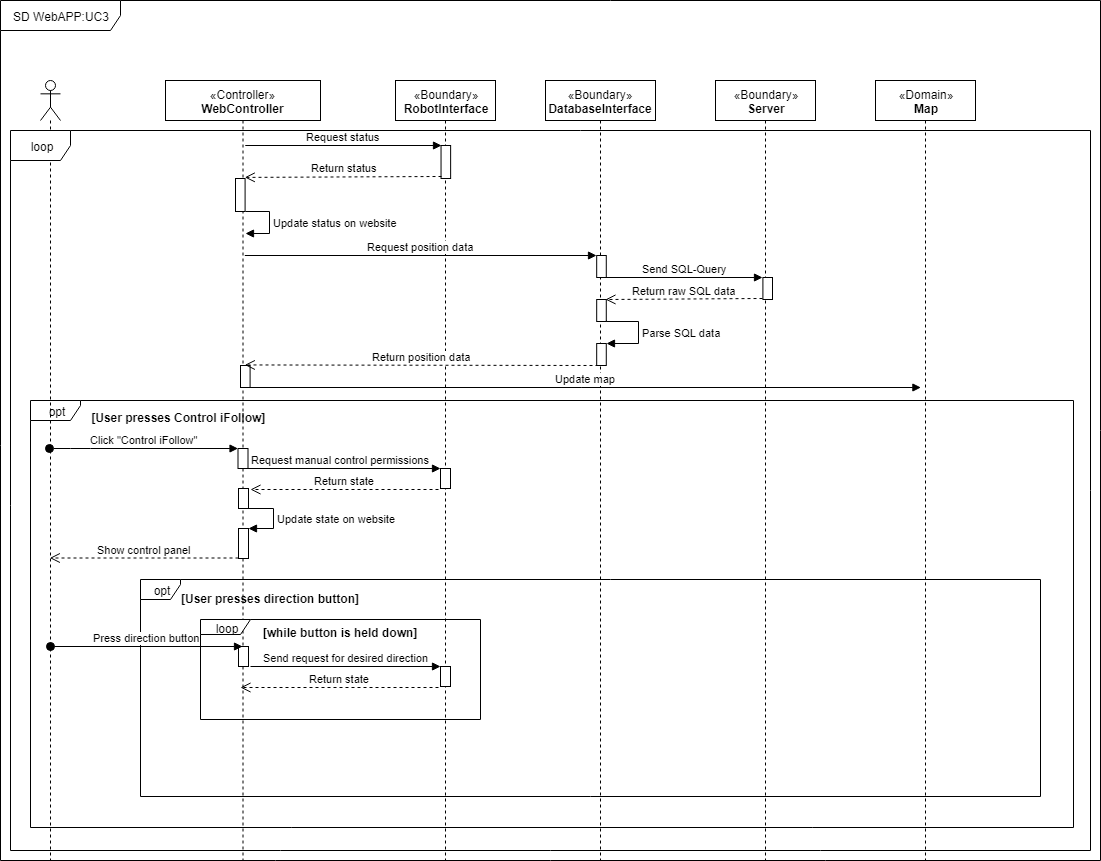
MkLJensen/iFollow keeps this draw.io diagram as Arkitektur/System Sekvens Diagrammer/WebAPP_SD_UC3.png. Above is the earlier version. Source tidied: cells renumbered, new cells last; positions are measured from the earlier drawing's top-left corner, leaving out a move shared by most shapes.
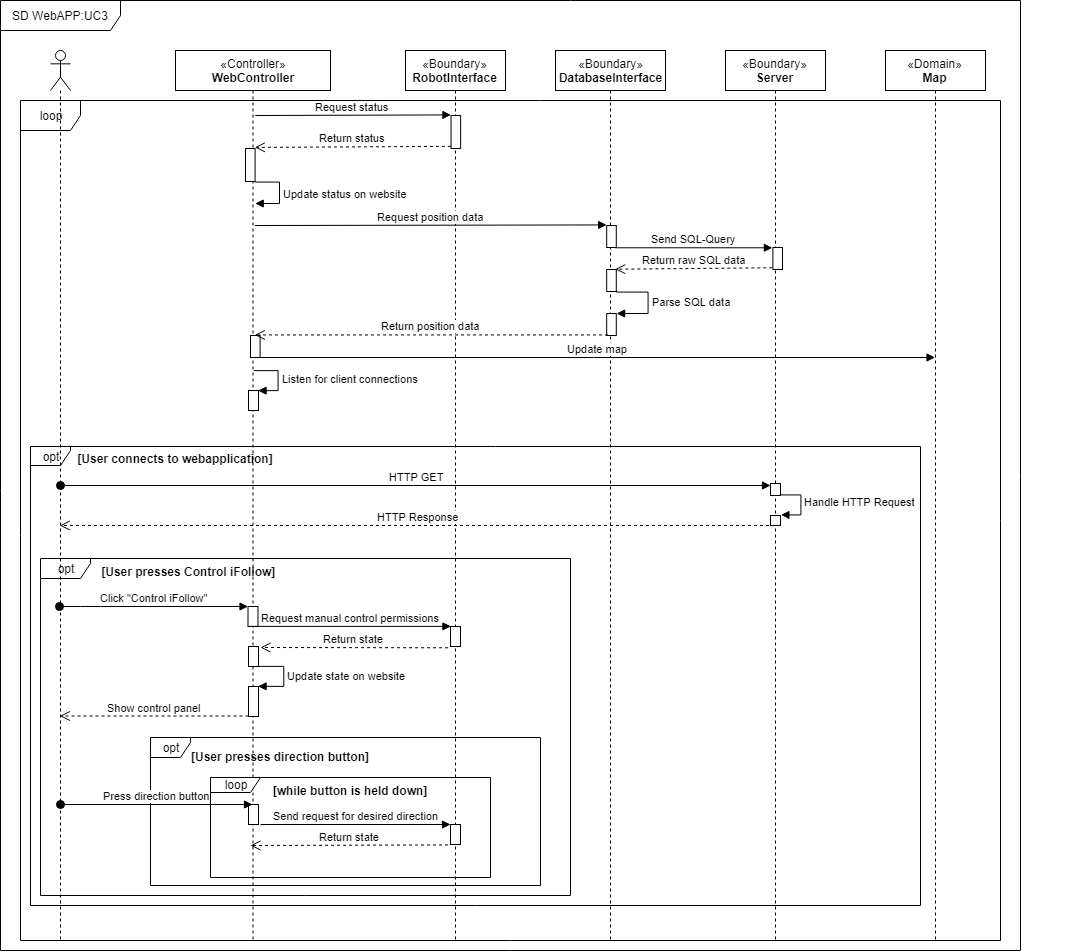
Above is the later version.

Change to the diagram source:
```diff
@@ -3,31 +3,37 @@
     <mxCell id="0" />
     <mxCell id="1" parent="0" />
     <mxCell id="2" value="SD WebAPP:UC3" style="shape=umlFrame;whiteSpace=wrap;html=1;width=120;height=30;" parent="1" vertex="1">
-      <mxGeometry width="1100" height="860" as="geometry" />
+      <mxGeometry x="-10" y="30" width="1020" height="950" as="geometry" />
     </mxCell>
+    <mxCell id="50" value="loop" style="shape=umlFrame;whiteSpace=wrap;html=1;" parent="1" vertex="1">
+      <mxGeometry x="10" y="130" width="980" height="840" as="geometry" />
+    </mxCell>
+    <mxCell id="51" value="opt" style="shape=umlFrame;whiteSpace=wrap;html=1;width=40;height=19;" parent="1" vertex="1">
+      <mxGeometry x="20" y="476" width="890" height="459" as="geometry" />
+    </mxCell>
     <mxCell id="3" style="group;" parent="1" vertex="1">
-      <mxGeometry x="30" y="400" width="1043" height="427" as="geometry" />
+      <mxGeometry x="30" y="588" width="1043" height="337" as="geometry" />
     </mxCell>
     <mxCell id="4" value="opt" style="shape=umlFrame;whiteSpace=wrap;html=1;width=50;height=20;" parent="3" vertex="1">
-      <mxGeometry width="1043" height="427" as="geometry" />
+      <mxGeometry width="530" height="337" as="geometry" />
     </mxCell>
     <mxCell id="5" value="[User presses Control iFollow]" style="text;align=center;fontStyle=1;verticalAlign=middle;spacingLeft=3;spacingRight=3;strokeColor=none;" parent="3" vertex="1">
-      <mxGeometry x="108.7" y="5" width="79.1" height="25.8" as="geometry" />
+      <mxGeometry x="108.7" y="3.9" width="79.1" height="20.4" as="geometry" />
     </mxCell>
     <mxCell id="6" value="opt" style="shape=umlFrame;whiteSpace=wrap;html=1;width=40;height=20;" parent="1" vertex="1">
-      <mxGeometry x="140" y="579" width="900" height="217" as="geometry" />
+      <mxGeometry x="140" y="767" width="390" height="148" as="geometry" />
     </mxCell>
     <mxCell id="7" value="&lt;span&gt;«Controller»&lt;/span&gt;&lt;br&gt;&lt;b&gt;WebController&lt;/b&gt;" style="shape=umlLifeline;perimeter=lifelinePerimeter;whiteSpace=wrap;html=1;" parent="1" vertex="1">
-      <mxGeometry x="165" y="80" width="155" height="780" as="geometry" />
+      <mxGeometry x="165" y="80" width="155" height="890" as="geometry" />
     </mxCell>
     <mxCell id="8" value="[User presses direction button]" style="text;align=center;fontStyle=1;verticalAlign=middle;spacingLeft=3;spacingRight=3;strokeColor=none;" parent="7" vertex="1">
-      <mxGeometry x="65" y="506" width="80" height="26" as="geometry" />
+      <mxGeometry x="65" y="694" width="80" height="26" as="geometry" />
     </mxCell>
     <mxCell id="9" style="html=1;perimeter=orthogonalPerimeter;" parent="7" vertex="1">
-      <mxGeometry x="73" y="566" width="10" height="20" as="geometry" />
+      <mxGeometry x="73" y="754" width="10" height="20" as="geometry" />
     </mxCell>
     <mxCell id="10" style="group;" parent="7" vertex="1">
-      <mxGeometry x="72.5" y="368" width="35.5" height="110" as="geometry" />
+      <mxGeometry x="72.5" y="556" width="35.5" height="110" as="geometry" />
     </mxCell>
     <mxCell id="11" style="group;" parent="10" vertex="1">
       <mxGeometry width="35.5" height="110" as="geometry" />
@@ -50,77 +56,114 @@
     <mxCell id="15" style="html=1;perimeter=orthogonalPerimeter;" parent="11" vertex="1">
       <mxGeometry x="0.5" y="80" width="10" height="30" as="geometry" />
     </mxCell>
+    <mxCell id="52" style="html=1;points=[];perimeter=orthogonalPerimeter;" parent="7" vertex="1">
+      <mxGeometry x="73" y="340" width="10" height="20" as="geometry" />
+    </mxCell>
+    <mxCell id="53" value="Listen for client connections" style="edgeStyle=orthogonalEdgeStyle;html=1;align=left;spacingLeft=2;endArrow=block;rounded=0;entryX=1;entryY=0;" parent="7" edge="1" target="52">
+      <mxGeometry relative="1" as="geometry">
+        <mxPoint x="78" y="320" as="sourcePoint" />
+        <Array as="points">
+          <mxPoint x="103" y="320" />
+        </Array>
+      </mxGeometry>
+    </mxCell>
     <mxCell id="16" style="shape=umlLifeline;participant=umlActor;perimeter=lifelinePerimeter;whiteSpace=wrap;html=1;verticalAlign=top;spacingTop=36;labelBackgroundColor=#ffffff;" parent="1" vertex="1">
-      <mxGeometry x="40" y="80" width="20" height="780" as="geometry" />
+      <mxGeometry x="40" y="80" width="20" height="890" as="geometry" />
     </mxCell>
     <mxCell id="17" value="&lt;span&gt;«Boundary»&lt;/span&gt;&lt;br&gt;&lt;b&gt;DatabaseInterface&lt;/b&gt;" style="shape=umlLifeline;perimeter=lifelinePerimeter;whiteSpace=wrap;html=1;" parent="1" vertex="1">
-      <mxGeometry x="545" y="80" width="110" height="780" as="geometry" />
+      <mxGeometry x="545" y="80" width="110" height="890" as="geometry" />
     </mxCell>
     <mxCell id="18" value="&lt;span&gt;«Boundary»&lt;/span&gt;&lt;br&gt;&lt;b&gt;RobotInterface&lt;/b&gt;" style="shape=umlLifeline;perimeter=lifelinePerimeter;whiteSpace=wrap;html=1;" parent="1" vertex="1">
-      <mxGeometry x="395" y="80" width="100" height="780" as="geometry" />
+      <mxGeometry x="395" y="80" width="100" height="890" as="geometry" />
     </mxCell>
     <mxCell id="19" style="html=1;points=[];perimeter=orthogonalPerimeter;" parent="18" vertex="1">
-      <mxGeometry x="45" y="388" width="10" height="20" as="geometry" />
+      <mxGeometry x="45" y="576" width="10" height="20" as="geometry" />
     </mxCell>
     <mxCell id="20" style="html=1;points=[];perimeter=orthogonalPerimeter;" parent="18" vertex="1">
-      <mxGeometry x="45" y="586" width="10" height="20" as="geometry" />
+      <mxGeometry x="45" y="774" width="10" height="20" as="geometry" />
     </mxCell>
     <mxCell id="21" value="Return state" style="html=1;verticalAlign=bottom;endArrow=open;dashed=1;endSize=8;exitX=-0.2;exitY=1.05;exitDx=0;exitDy=0;exitPerimeter=0;" parent="18" edge="1" source="20">
       <mxGeometry relative="1" as="geometry">
-        <mxPoint x="-155" y="607" as="targetPoint" />
+        <mxPoint x="-155" y="795" as="targetPoint" />
       </mxGeometry>
     </mxCell>
     <mxCell id="22" value="&lt;span&gt;«Domain»&lt;/span&gt;&lt;br&gt;&lt;b&gt;Map&lt;/b&gt;" style="shape=umlLifeline;perimeter=lifelinePerimeter;whiteSpace=wrap;html=1;outlineConnect=0;" parent="1" vertex="1">
-      <mxGeometry x="875" y="80" width="100" height="780" as="geometry" />
+      <mxGeometry x="875" y="80" width="100" height="890" as="geometry" />
     </mxCell>
     <mxCell id="23" value="&lt;span&gt;«Boundary»&lt;/span&gt;&lt;br&gt;&lt;b&gt;Server&lt;/b&gt;" style="shape=umlLifeline;perimeter=lifelinePerimeter;whiteSpace=wrap;html=1;" parent="1" vertex="1">
-      <mxGeometry x="715" y="80" width="100" height="780" as="geometry" />
+      <mxGeometry x="715" y="80" width="100" height="890" as="geometry" />
     </mxCell>
+    <mxCell id="54" style="html=1;points=[];perimeter=orthogonalPerimeter;" parent="23" vertex="1">
+      <mxGeometry x="45" y="465" width="10" height="10" as="geometry" />
+    </mxCell>
+    <mxCell id="55" value="Handle HTTP Request" style="edgeStyle=orthogonalEdgeStyle;html=1;align=left;spacingLeft=2;endArrow=block;rounded=0;entryX=1;entryY=0;" parent="23" edge="1" target="54">
+      <mxGeometry relative="1" as="geometry">
+        <mxPoint x="50" y="445" as="sourcePoint" />
+        <Array as="points">
+          <mxPoint x="75" y="445" />
+        </Array>
+      </mxGeometry>
+    </mxCell>
+    <mxCell id="56" style="html=1;perimeter=orthogonalPerimeter;" parent="23" vertex="1">
+      <mxGeometry x="45" y="433" width="10" height="12" as="geometry" />
+    </mxCell>
     <mxCell id="24" value="Click &quot;Control iFollow&quot;" style="html=1;verticalAlign=bottom;startArrow=oval;endArrow=block;startSize=8;" parent="1" edge="1" target="12">
       <mxGeometry relative="1" as="geometry">
-        <mxPoint x="49.3" y="448" as="sourcePoint" />
+        <mxPoint x="49.3" y="636" as="sourcePoint" />
         <Array as="points">
-          <mxPoint x="80" y="448" />
+          <mxPoint x="80" y="636" />
         </Array>
       </mxGeometry>
     </mxCell>
     <mxCell id="25" value="Return state" style="html=1;verticalAlign=bottom;endArrow=open;dashed=1;endSize=8;exitX=-0.2;exitY=1.05;exitDx=0;exitDy=0;exitPerimeter=0;" parent="1" edge="1" source="19">
       <mxGeometry relative="1" as="geometry">
-        <mxPoint x="250" y="489" as="targetPoint" />
+        <mxPoint x="250" y="677" as="targetPoint" />
       </mxGeometry>
     </mxCell>
     <mxCell id="26" value="Press direction button" style="html=1;verticalAlign=bottom;startArrow=oval;startFill=1;endArrow=block;startSize=8;" parent="1" edge="1">
       <mxGeometry relative="1" as="geometry">
-        <mxPoint x="50" y="646" as="sourcePoint" />
-        <mxPoint x="242" y="646" as="targetPoint" />
+        <mxPoint x="50" y="834" as="sourcePoint" />
+        <mxPoint x="242" y="834" as="targetPoint" />
       </mxGeometry>
     </mxCell>
     <mxCell id="27" value="Show control panel" style="html=1;verticalAlign=bottom;endArrow=open;dashed=1;endSize=8;" parent="1" edge="1">
       <mxGeometry relative="1" as="geometry">
-        <mxPoint x="238" y="557.5" as="sourcePoint" />
-        <mxPoint x="49.3" y="557.5" as="targetPoint" />
+        <mxPoint x="238" y="745.5" as="sourcePoint" />
+        <mxPoint x="49.3" y="745.5" as="targetPoint" />
       </mxGeometry>
     </mxCell>
     <mxCell id="28" value="Send request for desired direction" style="html=1;verticalAlign=bottom;endArrow=block;" parent="1" edge="1">
       <mxGeometry relative="1" as="geometry">
-        <mxPoint x="250" y="666" as="sourcePoint" />
-        <mxPoint x="440" y="666" as="targetPoint" />
+        <mxPoint x="250" y="854" as="sourcePoint" />
+        <mxPoint x="440" y="854" as="targetPoint" />
       </mxGeometry>
     </mxCell>
     <mxCell id="29" value="Request manual control permissions" style="html=1;verticalAlign=bottom;endArrow=block;entryX=0;entryY=0;entryDx=0;entryDy=0;entryPerimeter=0;exitX=0.25;exitY=1;exitDx=0;exitDy=0;exitPerimeter=0;" parent="1" edge="1" source="12" target="19">
       <mxGeometry relative="1" as="geometry" />
     </mxCell>
     <mxCell id="30" value="loop" style="shape=umlFrame;whiteSpace=wrap;html=1;width=50;height=15;" parent="1" vertex="1">
-      <mxGeometry x="200" y="619" width="280" height="100" as="geometry" />
+      <mxGeometry x="200" y="807" width="280" height="100" as="geometry" />
     </mxCell>
     <mxCell id="31" value="[while button is held down]" style="text;align=center;fontStyle=1;verticalAlign=middle;spacingLeft=3;spacingRight=3;strokeColor=none;" parent="1" vertex="1">
-      <mxGeometry x="300" y="620" width="80" height="26" as="geometry" />
+      <mxGeometry x="300" y="808" width="80" height="26" as="geometry" />
     </mxCell>
-    <mxCell id="32" style="group;" parent="1" vertex="1">
-      <mxGeometry x="240" y="145" width="537" height="242" as="geometry" />
-    </mxCell>
+    <mxCell id="57" value="[User connects to webapplication]" style="text;align=center;fontStyle=1;verticalAlign=middle;spacingLeft=3;spacingRight=3;strokeColor=none;" parent="1" vertex="1">
+      <mxGeometry x="125" y="476" width="80" height="26" as="geometry" />
+    </mxCell>
+    <mxCell id="58" value="HTTP GET" style="html=1;verticalAlign=bottom;startArrow=oval;startFill=1;endArrow=block;startSize=8;" parent="1" edge="1">
+      <mxGeometry relative="1" as="geometry">
+        <mxPoint x="50" y="515" as="sourcePoint" />
+        <mxPoint x="760" y="515" as="targetPoint" />
+      </mxGeometry>
+    </mxCell>
+    <mxCell id="59" value="HTTP Response" style="html=1;verticalAlign=bottom;endArrow=open;dashed=1;endSize=8;" parent="1" edge="1">
+      <mxGeometry relative="1" as="geometry">
+        <mxPoint x="764.5" y="555" as="sourcePoint" />
+        <mxPoint x="49.3" y="555" as="targetPoint" />
+      </mxGeometry>
+    </mxCell>
-    <mxCell id="33" style="group;" parent="32" vertex="1">
-      <mxGeometry width="537" height="242" as="geometry" />
+    <mxCell id="33" style="group;" parent="1" vertex="1">
+      <mxGeometry x="240" y="145" width="537" height="242" as="geometry" />
     </mxCell>
     <mxCell id="34" value="Update status on website" style="edgeStyle=orthogonalEdgeStyle;html=1;align=left;spacingLeft=2;endArrow=block;rounded=0;" parent="33" edge="1">
       <mxGeometry relative="1" as="geometry">
@@ -184,17 +227,13 @@
         <mxPoint x="4.3" y="219.5" as="targetPoint" />
       </mxGeometry>
     </mxCell>
-    <mxCell id="48" value="Update map" style="html=1;verticalAlign=bottom;endArrow=block;" parent="33" edge="1">
+    <mxCell id="48" value="Update map" style="html=1;verticalAlign=bottom;endArrow=block;" parent="33" edge="1" target="22">
       <mxGeometry relative="1" as="geometry">
-        <mxPoint x="9.1" y="242" as="sourcePoint" />
-        <mxPoint x="680.4" y="242" as="targetPoint" />
+        <mxPoint x="9.6" y="242" as="sourcePoint" />
       </mxGeometry>
     </mxCell>
     <mxCell id="49" style="html=1;perimeter=orthogonalPerimeter;" parent="33" vertex="1">
       <mxGeometry x="-5" y="33" width="9.6" height="33" as="geometry" />
     </mxCell>
-    <mxCell id="50" value="loop" style="shape=umlFrame;whiteSpace=wrap;html=1;" parent="1" vertex="1">
-      <mxGeometry x="10" y="130" width="1080" height="720" as="geometry" />
-    </mxCell>
   </root>
 </mxGraphModel>
```
